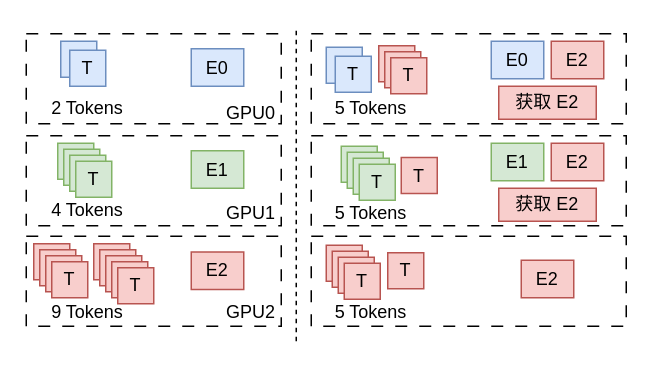
Earlier version of the draw.io diagram 课题1.drawio (icszhr/moe). Source tidied: cells renumbered, new cells numbered last; positions are measured from the earlier drawing's top-left corner, leaving out a move shared by most shapes. Both pictures are drawn from the tidied source at 150%, with x=0, y=0 at pixel (26, 26).
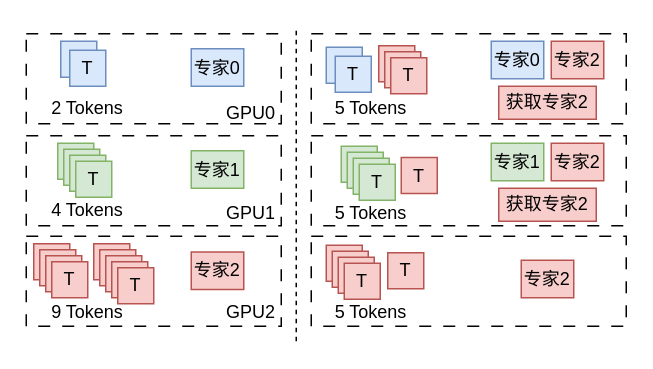
After the change.

Diff of the diagram source:
```diff
@@
-    <mxCell id="24" value="E0" style="rounded=0;whiteSpace=wrap;html=1;fillColor=#dae8fc;strokeColor=#6c8ebf;" parent="1" vertex="1">
+    <mxCell id="24" value="专家0" style="rounded=0;whiteSpace=wrap;html=1;fillColor=#dae8fc;strokeColor=#6c8ebf;" parent="1" vertex="1">
       <mxGeometry x="110" y="15" width="35" height="25" as="geometry" />
     </mxCell>
-    <mxCell id="25" value="E1" style="rounded=0;whiteSpace=wrap;html=1;fillColor=#d5e8d4;strokeColor=#82b366;" parent="1" vertex="1">
+    <mxCell id="25" value="专家1" style="rounded=0;whiteSpace=wrap;html=1;fillColor=#d5e8d4;strokeColor=#82b366;" parent="1" vertex="1">
       <mxGeometry x="110" y="83" width="35" height="25" as="geometry" />
     </mxCell>
-    <mxCell id="26" value="E2" style="rounded=0;whiteSpace=wrap;html=1;fillColor=#f8cecc;strokeColor=#b85450;" parent="1" vertex="1">
+    <mxCell id="26" value="专家2" style="rounded=0;whiteSpace=wrap;html=1;fillColor=#f8cecc;strokeColor=#b85450;" parent="1" vertex="1">
       <mxGeometry x="110" y="150.5" width="35" height="25" as="geometry" />
     </mxCell>
@@
-    <mxCell id="56" value="E0" style="rounded=0;whiteSpace=wrap;html=1;fillColor=#dae8fc;strokeColor=#6c8ebf;" parent="1" vertex="1">
+    <mxCell id="56" value="专家0" style="rounded=0;whiteSpace=wrap;html=1;fillColor=#dae8fc;strokeColor=#6c8ebf;" parent="1" vertex="1">
       <mxGeometry x="310" y="10" width="35" height="25" as="geometry" />
     </mxCell>
-    <mxCell id="57" value="E2" style="rounded=0;whiteSpace=wrap;html=1;fillColor=#f8cecc;strokeColor=#b85450;" parent="1" vertex="1">
+    <mxCell id="57" value="专家2" style="rounded=0;whiteSpace=wrap;html=1;fillColor=#f8cecc;strokeColor=#b85450;" parent="1" vertex="1">
       <mxGeometry x="350" y="10" width="35" height="25" as="geometry" />
     </mxCell>
-    <mxCell id="58" value="E1" style="rounded=0;whiteSpace=wrap;html=1;fillColor=#d5e8d4;strokeColor=#82b366;" parent="1" vertex="1">
+    <mxCell id="58" value="专家1" style="rounded=0;whiteSpace=wrap;html=1;fillColor=#d5e8d4;strokeColor=#82b366;" parent="1" vertex="1">
       <mxGeometry x="310" y="78" width="35" height="25" as="geometry" />
     </mxCell>
-    <mxCell id="59" value="E2" style="rounded=0;whiteSpace=wrap;html=1;fillColor=#f8cecc;strokeColor=#b85450;" parent="1" vertex="1">
+    <mxCell id="59" value="专家2" style="rounded=0;whiteSpace=wrap;html=1;fillColor=#f8cecc;strokeColor=#b85450;" parent="1" vertex="1">
       <mxGeometry x="330" y="156" width="35" height="25" as="geometry" />
     </mxCell>
@@
-    <mxCell id="62" value="E2" style="rounded=0;whiteSpace=wrap;html=1;fillColor=#f8cecc;strokeColor=#b85450;" parent="1" vertex="1">
+    <mxCell id="62" value="专家2" style="rounded=0;whiteSpace=wrap;html=1;fillColor=#f8cecc;strokeColor=#b85450;" parent="1" vertex="1">
       <mxGeometry x="350" y="78" width="35" height="25" as="geometry" />
     </mxCell>
@@
-    <mxCell id="64" value="获取 E2" style="rounded=0;whiteSpace=wrap;html=1;fillColor=#f8cecc;strokeColor=#b85450;" parent="1" vertex="1">
+    <mxCell id="64" value="获取专家2" style="rounded=0;whiteSpace=wrap;html=1;fillColor=#f8cecc;strokeColor=#b85450;" parent="1" vertex="1">
       <mxGeometry x="315" y="108" width="65" height="22" as="geometry" />
     </mxCell>
-    <mxCell id="65" value="获取 E2" style="rounded=0;whiteSpace=wrap;html=1;fillColor=#f8cecc;strokeColor=#b85450;" parent="1" vertex="1">
+    <mxCell id="65" value="获取专家2" style="rounded=0;whiteSpace=wrap;html=1;fillColor=#f8cecc;strokeColor=#b85450;" parent="1" vertex="1">
       <mxGeometry x="315" y="40" width="65" height="22" as="geometry" />
     </mxCell>
```
